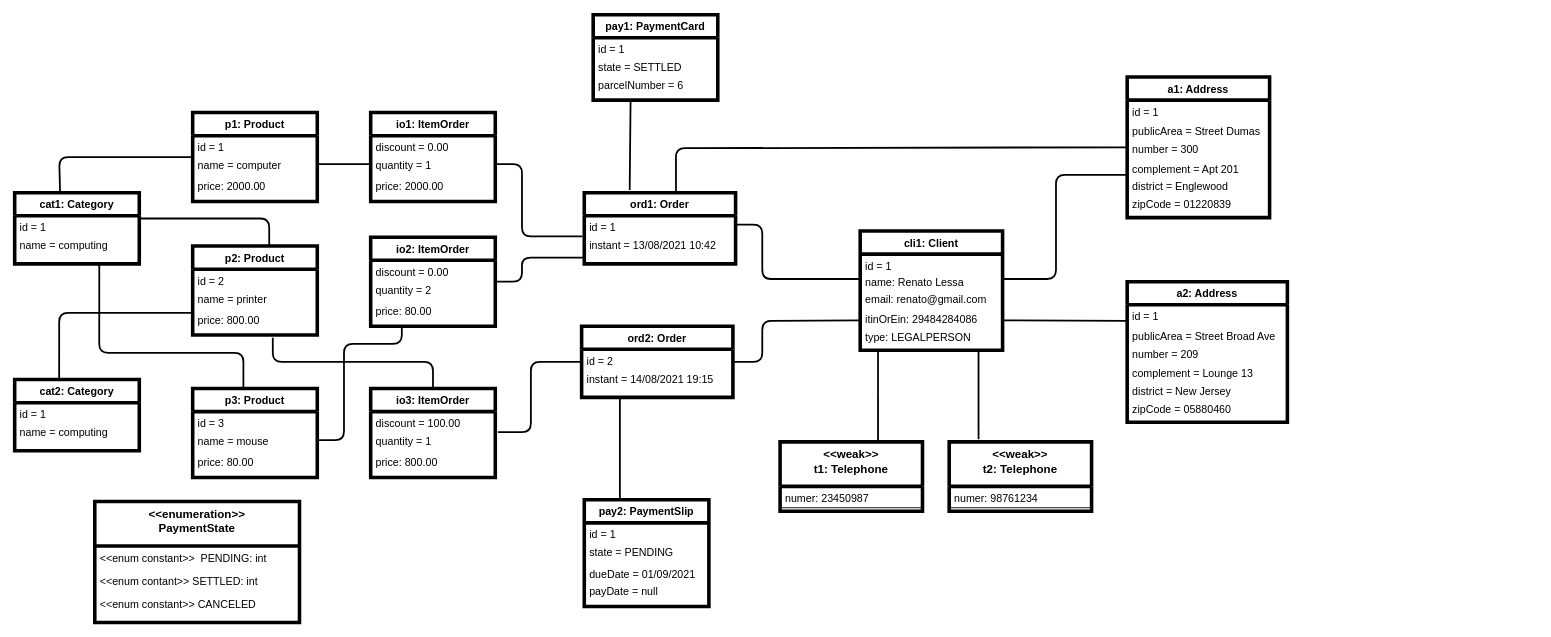
The draw.io diagram model-instance-score/model-instance.drawio in Relesi/class-diagram, before the edit. Source tidied: cells renumbered, new cells numbered last; positions are measured from the earlier drawing's top-left corner, leaving out a move shared by most shapes. Both pictures are drawn from the tidied source at 89%, with x=0, y=0 at pixel (14, 14).
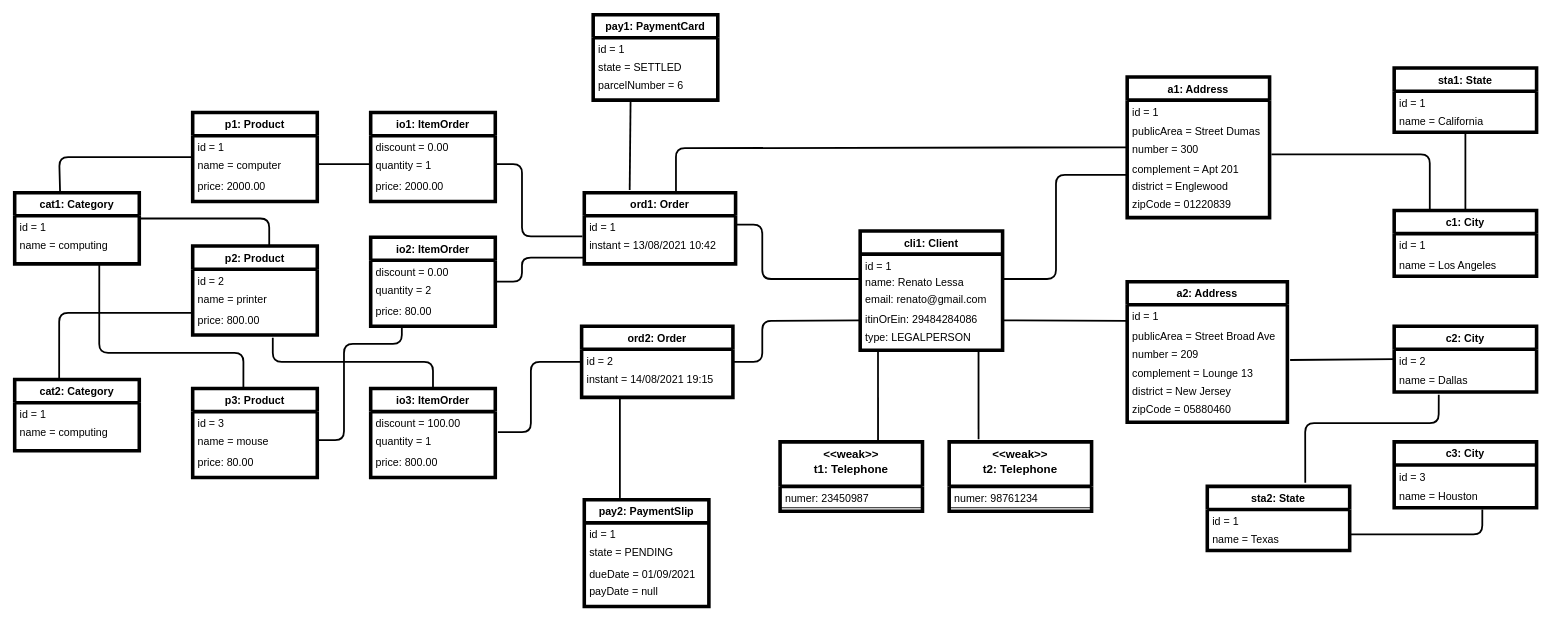
The same diagram, later.

Commit message (it also covers changes not shown here):
add city instant

The change refers to these unchanged cells:
```xml
<mxCell id="84" value="number = 300" style="text;align=left;verticalAlign=top;spacingLeft=4;spacingRight=4;overflow=hidden;points=[[0,0.5],[1,0.5]];portConstraint=eastwest;" parent="81" vertex="1">
  <mxGeometry y="68" width="160" height="22" as="geometry" />
</mxCell>
<mxCell id="92" value="complement = Lounge 13 " style="text;align=left;verticalAlign=top;spacingLeft=4;spacingRight=4;overflow=hidden;points=[[0,0.5],[1,0.5]];portConstraint=eastwest;" parent="88" vertex="1">
  <mxGeometry y="90" width="180" height="20" as="geometry" />
</mxCell>
```

Change to the diagram source:
```diff
@@
-    <mxCell id="53" value="&lt;&lt;enumeration&gt;&gt;&#10;PaymentState" style="swimlane;fontStyle=1;align=center;verticalAlign=top;horizontal=1;startSize=50;rounded=0;shadow=0;glass=0;sketch=0;fontSize=13;strokeWidth=4;" parent="1" vertex="1">
-      <mxGeometry x="90" y="547" width="230" height="136" as="geometry" />
-    </mxCell>
-    <mxCell id="54" value="&lt;&lt;enum constant&gt;&gt;  PENDING: int" style="text;strokeColor=none;fillColor=none;align=left;verticalAlign=top;spacingLeft=4;spacingRight=4;overflow=hidden;" parent="53" vertex="1">
-      <mxGeometry y="50" width="230" height="26" as="geometry" />
-    </mxCell>
-    <mxCell id="55" value="&lt;&lt;enum contant&gt;&gt; SETTLED: int&#10;&#10;&#10;&#10; " style="text;strokeColor=none;fillColor=none;align=left;verticalAlign=top;spacingLeft=4;spacingRight=4;overflow=hidden;" parent="53" vertex="1">
-      <mxGeometry y="76" width="230" height="26" as="geometry" />
-    </mxCell>
-    <mxCell id="56" value="&lt;&lt;enum constant&gt;&gt; CANCELED" style="text;strokeColor=none;fillColor=none;align=left;verticalAlign=top;spacingLeft=4;spacingRight=4;overflow=hidden;" parent="53" vertex="1">
-      <mxGeometry y="102" width="230" height="26" as="geometry" />
-    </mxCell>
-    <mxCell id="57" style="line;strokeWidth=1;fillColor=none;align=left;verticalAlign=middle;spacingTop=-1;spacingLeft=3;spacingRight=3;labelPosition=right;strokeColor=none;" parent="53" vertex="1">
-      <mxGeometry y="128" width="230" height="8" as="geometry" />
-    </mxCell>
@@
+    <mxCell id="97" value="sta1: State" style="swimlane;fontStyle=1;horizontal=1;startSize=26;strokeWidth=4;" parent="1" vertex="1">
+      <mxGeometry x="1550" y="60" width="160" height="72" as="geometry" />
+    </mxCell>
+    <mxCell id="98" value="id = 1 " style="text;strokeColor=none;fillColor=none;align=left;verticalAlign=top;spacingLeft=4;spacingRight=4;overflow=hidden;" parent="97" vertex="1">
+      <mxGeometry y="26" width="160" height="20" as="geometry" />
+    </mxCell>
+    <mxCell id="99" value="name = California" style="text;strokeColor=none;fillColor=none;align=left;verticalAlign=top;spacingLeft=4;spacingRight=4;overflow=hidden;" parent="97" vertex="1">
+      <mxGeometry y="46" width="160" height="26" as="geometry" />
+    </mxCell>
+    <mxCell id="100" value="sta2: State" style="swimlane;fontStyle=1;horizontal=1;startSize=26;strokeWidth=4;" parent="1" vertex="1">
+      <mxGeometry x="1340" y="530" width="160" height="72" as="geometry" />
+    </mxCell>
+    <mxCell id="101" value="id = 1 " style="text;strokeColor=none;fillColor=none;align=left;verticalAlign=top;spacingLeft=4;spacingRight=4;overflow=hidden;" parent="100" vertex="1">
+      <mxGeometry y="26" width="160" height="20" as="geometry" />
+    </mxCell>
+    <mxCell id="102" value="name = Texas" style="text;strokeColor=none;fillColor=none;align=left;verticalAlign=top;spacingLeft=4;spacingRight=4;overflow=hidden;" parent="100" vertex="1">
+      <mxGeometry y="46" width="160" height="26" as="geometry" />
+    </mxCell>
+    <mxCell id="103" value="c1: City" style="swimlane;fontStyle=1;horizontal=1;startSize=26;strokeWidth=4;" parent="1" vertex="1">
+      <mxGeometry x="1550" y="220" width="160" height="74" as="geometry" />
+    </mxCell>
+    <mxCell id="104" value="id = 1" style="text;strokeColor=none;fillColor=none;align=left;verticalAlign=top;spacingLeft=4;spacingRight=4;overflow=hidden;" parent="103" vertex="1">
+      <mxGeometry y="26" width="160" height="22" as="geometry" />
+    </mxCell>
+    <mxCell id="105" value="name = Los Angeles" style="text;strokeColor=none;fillColor=none;align=left;verticalAlign=top;spacingLeft=4;spacingRight=4;overflow=hidden;" parent="103" vertex="1">
+      <mxGeometry y="48" width="160" height="26" as="geometry" />
+    </mxCell>
+    <mxCell id="106" value="c2: City" style="swimlane;fontStyle=1;horizontal=1;startSize=26;strokeWidth=4;" parent="1" vertex="1">
+      <mxGeometry x="1550" y="350" width="160" height="74" as="geometry" />
+    </mxCell>
+    <mxCell id="107" value="id = 2" style="text;strokeColor=none;fillColor=none;align=left;verticalAlign=top;spacingLeft=4;spacingRight=4;overflow=hidden;points=[[0,0.5],[1,0.5]];portConstraint=eastwest;" parent="106" vertex="1">
+      <mxGeometry y="26" width="160" height="22" as="geometry" />
+    </mxCell>
+    <mxCell id="108" value="name = Dallas" style="text;strokeColor=none;fillColor=none;align=left;verticalAlign=top;spacingLeft=4;spacingRight=4;overflow=hidden;points=[[0,0.5],[1,0.5]];portConstraint=eastwest;" parent="106" vertex="1">
+      <mxGeometry y="48" width="160" height="26" as="geometry" />
+    </mxCell>
+    <mxCell id="109" value="c3: City" style="swimlane;fontStyle=1;horizontal=1;startSize=26;strokeWidth=4;" parent="1" vertex="1">
+      <mxGeometry x="1550" y="480" width="160" height="74" as="geometry" />
+    </mxCell>
+    <mxCell id="110" value="id = 3" style="text;strokeColor=none;fillColor=none;align=left;verticalAlign=top;spacingLeft=4;spacingRight=4;overflow=hidden;" parent="109" vertex="1">
+      <mxGeometry y="26" width="160" height="22" as="geometry" />
+    </mxCell>
+    <mxCell id="111" value="name = Houston" style="text;strokeColor=none;fillColor=none;align=left;verticalAlign=top;spacingLeft=4;spacingRight=4;overflow=hidden;points=[[0,0.5],[1,0.5]];portConstraint=eastwest;" parent="109" vertex="1">
+      <mxGeometry y="48" width="160" height="26" as="geometry" />
+    </mxCell>
+    <mxCell id="112" style="endArrow=none;html=1;strokeWidth=2;entryX=1.013;entryY=0.864;entryDx=0;entryDy=0;entryPerimeter=0;exitX=0.25;exitY=0;exitDx=0;exitDy=0;" parent="1" edge="1" source="103" target="84">
+      <mxGeometry relative="1" as="geometry">
+        <Array as="points">
+          <mxPoint x="1590" y="157" />
+        </Array>
+      </mxGeometry>
+    </mxCell>
+    <mxCell id="113" style="endArrow=none;html=1;strokeWidth=2;entryX=0.5;entryY=1;entryDx=0;entryDy=0;exitX=0.5;exitY=0;exitDx=0;exitDy=0;" parent="1" edge="1" source="103" target="97">
+      <mxGeometry relative="1" as="geometry" />
+    </mxCell>
+    <mxCell id="114" style="endArrow=none;html=1;strokeWidth=2;entryX=1.017;entryY=-0.1;entryDx=0;entryDy=0;entryPerimeter=0;exitX=0;exitY=0.5;exitDx=0;exitDy=0;" parent="1" edge="1" source="107" target="92">
+      <mxGeometry relative="1" as="geometry" />
+    </mxCell>
+    <mxCell id="115" style="endArrow=none;html=1;strokeWidth=2;entryX=1;entryY=0.75;entryDx=0;entryDy=0;exitX=0.619;exitY=1.077;exitDx=0;exitDy=0;exitPerimeter=0;" parent="1" edge="1" source="111" target="100">
+      <mxGeometry relative="1" as="geometry">
+        <Array as="points">
+          <mxPoint x="1649" y="584" />
+        </Array>
+      </mxGeometry>
+    </mxCell>
+    <mxCell id="116" style="endArrow=none;html=1;strokeWidth=2;entryX=0.688;entryY=-0.056;entryDx=0;entryDy=0;entryPerimeter=0;exitX=0.313;exitY=1.115;exitDx=0;exitDy=0;exitPerimeter=0;" parent="1" edge="1" source="108" target="100">
+      <mxGeometry relative="1" as="geometry">
+        <Array as="points">
+          <mxPoint x="1600" y="459" />
+          <mxPoint x="1450" y="459" />
+        </Array>
+      </mxGeometry>
+    </mxCell>
```
